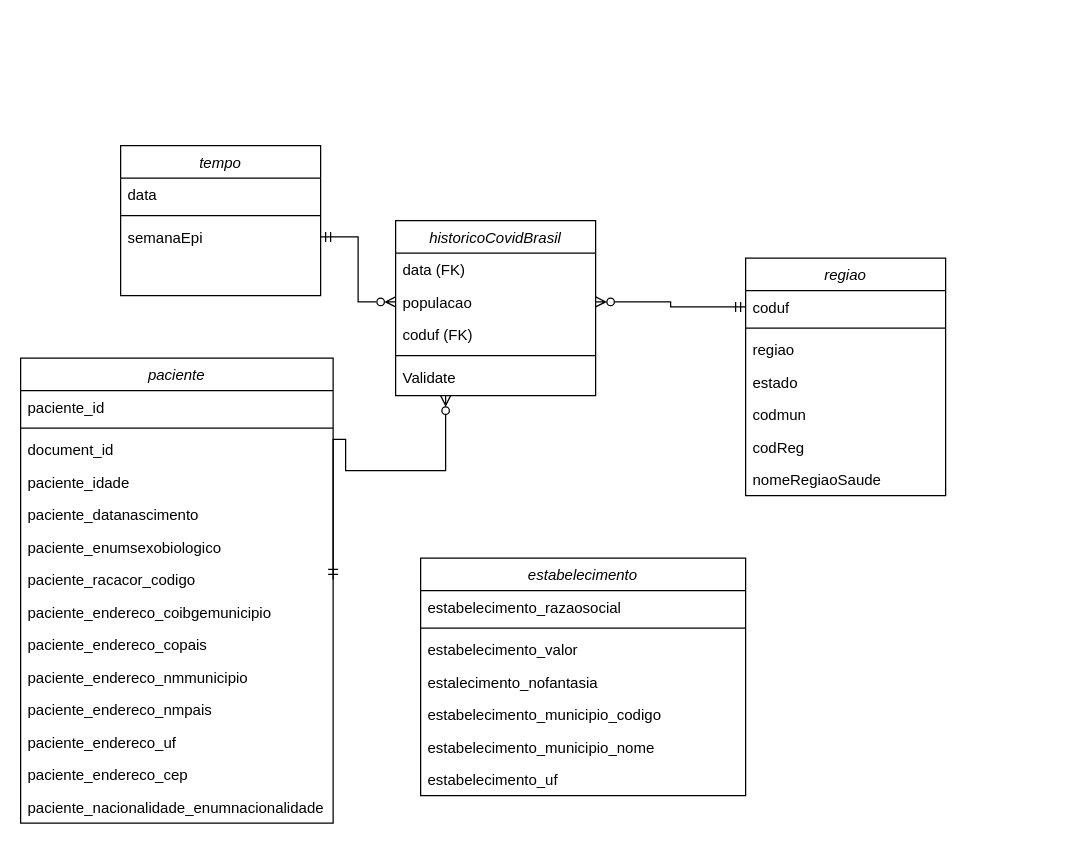
Earlier version of the draw.io diagram starSchema.drawio (troclaux/dw-trabalho-final-grupo). Source tidied: cells renumbered, new cells numbered last; positions are measured from the earlier drawing's top-left corner, leaving out a move shared by most shapes. Both pictures are drawn from the tidied source at 125%, with x=0, y=0 at pixel (20, 145).
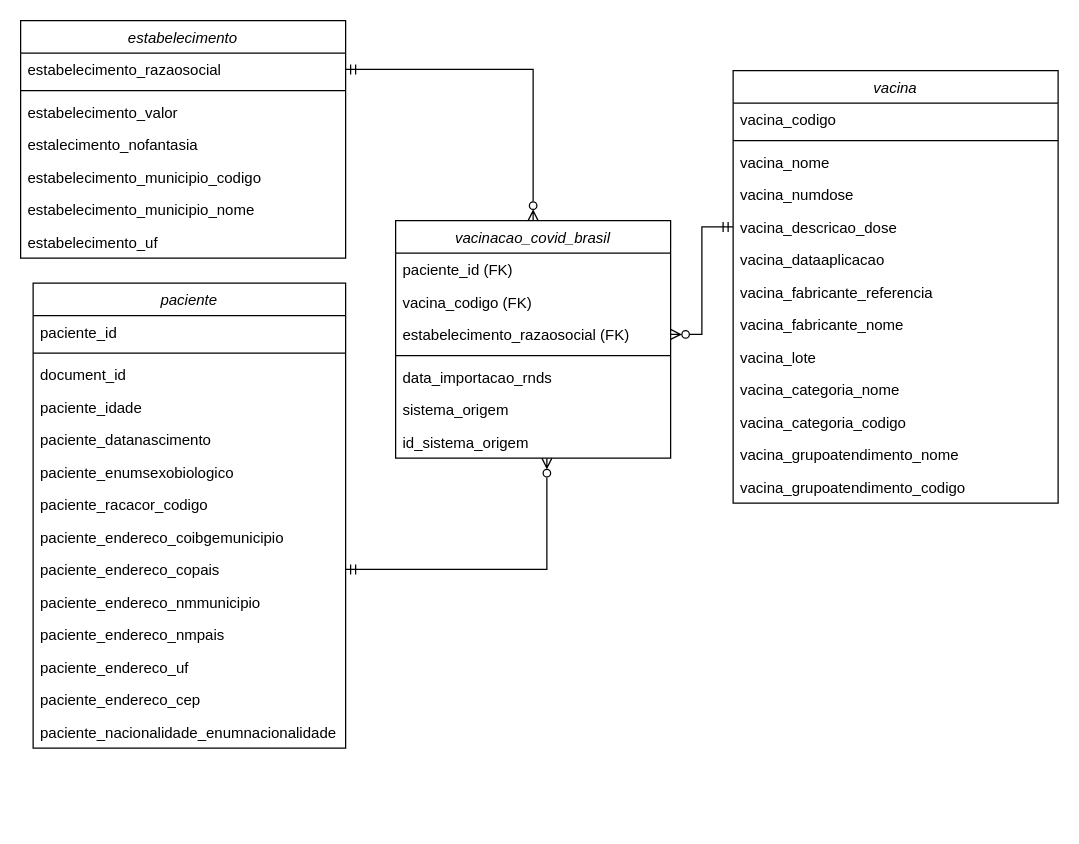
The same page after the edit.

Commit message:
adiciona tabela vacina e ajusta tabela estrela

The change refers to these unchanged cells:
```xml
<mxCell id="13" value="paciente_racacor_codigo" style="text;align=left;verticalAlign=top;spacingLeft=4;spacingRight=4;overflow=hidden;points=[[0,0.5],[1,0.5]];portConstraint=eastwest;" parent="6" vertex="1">
  <mxGeometry y="164" width="250" height="26" as="geometry" />
</mxCell>
<mxCell id="15" value="paciente_endereco_copais" style="text;align=left;verticalAlign=top;spacingLeft=4;spacingRight=4;overflow=hidden;points=[[0,0.5],[1,0.5]];portConstraint=eastwest;" parent="6" vertex="1">
  <mxGeometry y="216" width="250" height="26" as="geometry" />
</mxCell>
<mxCell id="39" value="estabelecimento_razaosocial" style="text;align=left;verticalAlign=top;spacingLeft=4;spacingRight=4;overflow=hidden;points=[[0,0.5],[1,0.5]];portConstraint=eastwest;" parent="38" vertex="1">
  <mxGeometry y="26" width="260" height="26" as="geometry" />
</mxCell>
```

Change to the diagram source:
```diff
@@
-    <mxCell id="2" value="tempo" style="swimlane;fontStyle=2;align=center;verticalAlign=top;horizontal=1;startSize=26;rounded=0;shadow=0;strokeWidth=1;" parent="1" vertex="1">
-      <mxGeometry x="80" width="160" height="120" as="geometry" />
-    </mxCell>
-    <mxCell id="3" value="data" style="text;align=left;verticalAlign=top;spacingLeft=4;spacingRight=4;overflow=hidden;" parent="2" vertex="1">
-      <mxGeometry y="26" width="160" height="26" as="geometry" />
-    </mxCell>
-    <mxCell id="4" style="line;html=1;strokeWidth=1;align=left;verticalAlign=middle;spacingTop=-1;spacingLeft=3;spacingRight=3;labelPosition=right;" parent="2" vertex="1">
-      <mxGeometry y="52" width="160" height="8" as="geometry" />
-    </mxCell>
-    <mxCell id="5" value="semanaEpi" style="text;align=left;verticalAlign=top;spacingLeft=4;spacingRight=4;overflow=hidden;points=[[0,0.5],[1,0.5]];portConstraint=eastwest;rounded=0;shadow=0;html=0;" parent="2" vertex="1">
-      <mxGeometry y="60" width="160" height="26" as="geometry" />
-    </mxCell>
     <mxCell id="6" value="paciente" style="swimlane;fontStyle=2;align=center;verticalAlign=top;horizontal=1;startSize=26;rounded=0;shadow=0;strokeWidth=1;" parent="1" vertex="1">
-      <mxGeometry y="170" width="250" height="372" as="geometry" />
+      <mxGeometry x="10" y="110" width="250" height="372" as="geometry" />
     </mxCell>
@@
-    <mxCell id="21" value="regiao" style="swimlane;fontStyle=2;align=center;verticalAlign=top;horizontal=1;startSize=26;rounded=0;shadow=0;strokeWidth=1;" parent="1" vertex="1">
-      <mxGeometry x="580" y="90" width="160" height="190" as="geometry" />
-    </mxCell>
-    <mxCell id="22" value="coduf" style="text;align=left;verticalAlign=top;spacingLeft=4;spacingRight=4;overflow=hidden;points=[[0,0.5],[1,0.5]];portConstraint=eastwest;" parent="21" vertex="1">
-      <mxGeometry y="26" width="160" height="26" as="geometry" />
-    </mxCell>
-    <mxCell id="23" style="line;html=1;strokeWidth=1;align=left;verticalAlign=middle;spacingTop=-1;spacingLeft=3;spacingRight=3;labelPosition=right;" parent="21" vertex="1">
-      <mxGeometry y="52" width="160" height="8" as="geometry" />
-    </mxCell>
-    <mxCell id="24" value="regiao" style="text;align=left;verticalAlign=top;spacingLeft=4;spacingRight=4;overflow=hidden;" parent="21" vertex="1">
-      <mxGeometry y="60" width="160" height="26" as="geometry" />
-    </mxCell>
-    <mxCell id="25" value="estado" style="text;align=left;verticalAlign=top;spacingLeft=4;spacingRight=4;overflow=hidden;" parent="21" vertex="1">
-      <mxGeometry y="86" width="160" height="26" as="geometry" />
-    </mxCell>
-    <mxCell id="26" value="codmun" style="text;align=left;verticalAlign=top;spacingLeft=4;spacingRight=4;overflow=hidden;" parent="21" vertex="1">
-      <mxGeometry y="112" width="160" height="26" as="geometry" />
-    </mxCell>
-    <mxCell id="27" value="codReg" style="text;align=left;verticalAlign=top;spacingLeft=4;spacingRight=4;overflow=hidden;" parent="21" vertex="1">
-      <mxGeometry y="138" width="160" height="26" as="geometry" />
-    </mxCell>
-    <mxCell id="28" value="nomeRegiaoSaude" style="text;align=left;verticalAlign=top;spacingLeft=4;spacingRight=4;overflow=hidden;" parent="21" vertex="1">
-      <mxGeometry y="164" width="160" height="26" as="geometry" />
-    </mxCell>
-    <mxCell id="29" value="historicoCovidBrasil" style="swimlane;fontStyle=2;align=center;verticalAlign=top;horizontal=1;startSize=26;rounded=0;shadow=0;strokeWidth=1;" parent="1" vertex="1">
-      <mxGeometry x="300" y="60" width="160" height="140" as="geometry" />
+    <mxCell id="29" value="vacinacao_covid_brasil" style="swimlane;fontStyle=2;align=center;verticalAlign=top;horizontal=1;startSize=26;rounded=0;shadow=0;strokeWidth=1;" parent="1" vertex="1">
+      <mxGeometry x="300" y="60" width="220" height="190" as="geometry" />
     </mxCell>
-    <mxCell id="30" value="data (FK)" style="text;align=left;verticalAlign=top;spacingLeft=4;spacingRight=4;overflow=hidden;" parent="29" vertex="1">
-      <mxGeometry y="26" width="160" height="26" as="geometry" />
+    <mxCell id="30" value="paciente_id (FK)" style="text;align=left;verticalAlign=top;spacingLeft=4;spacingRight=4;overflow=hidden;" parent="29" vertex="1">
+      <mxGeometry y="26" width="220" height="26" as="geometry" />
     </mxCell>
-    <mxCell id="31" value="populacao" style="text;align=left;verticalAlign=top;spacingLeft=4;spacingRight=4;overflow=hidden;points=[[0,0.5],[1,0.5]];portConstraint=eastwest;rounded=0;shadow=0;html=0;" parent="29" vertex="1">
-      <mxGeometry y="52" width="160" height="26" as="geometry" />
+    <mxCell id="31" value="vacina_codigo (FK)" style="text;align=left;verticalAlign=top;spacingLeft=4;spacingRight=4;overflow=hidden;points=[[0,0.5],[1,0.5]];portConstraint=eastwest;rounded=0;shadow=0;html=0;" parent="29" vertex="1">
+      <mxGeometry y="52" width="220" height="26" as="geometry" />
     </mxCell>
-    <mxCell id="32" value="coduf (FK)" style="text;align=left;verticalAlign=top;spacingLeft=4;spacingRight=4;overflow=hidden;points=[[0,0.5],[1,0.5]];portConstraint=eastwest;rounded=0;shadow=0;html=0;" parent="29" vertex="1">
-      <mxGeometry y="78" width="160" height="26" as="geometry" />
+    <mxCell id="32" value="estabelecimento_razaosocial (FK)" style="text;align=left;verticalAlign=top;spacingLeft=4;spacingRight=4;overflow=hidden;points=[[0,0.5],[1,0.5]];portConstraint=eastwest;rounded=0;shadow=0;html=0;" parent="29" vertex="1">
+      <mxGeometry y="78" width="220" height="26" as="geometry" />
     </mxCell>
     <mxCell id="33" style="line;html=1;strokeWidth=1;align=left;verticalAlign=middle;spacingTop=-1;spacingLeft=3;spacingRight=3;labelPosition=right;" parent="29" vertex="1">
-      <mxGeometry y="104" width="160" height="8" as="geometry" />
+      <mxGeometry y="104" width="220" height="8" as="geometry" />
     </mxCell>
-    <mxCell id="34" value="Validate" style="text;align=left;verticalAlign=top;spacingLeft=4;spacingRight=4;overflow=hidden;" parent="29" vertex="1">
-      <mxGeometry y="112" width="160" height="26" as="geometry" />
+    <mxCell id="34" value="data_importacao_rnds" style="text;align=left;verticalAlign=top;spacingLeft=4;spacingRight=4;overflow=hidden;" parent="29" vertex="1">
+      <mxGeometry y="112" width="220" height="26" as="geometry" />
     </mxCell>
-    <mxCell id="35" style="edgeStyle=orthogonalEdgeStyle;rounded=0;jettySize=auto;html=1;exitX=1;exitY=0.5;exitDx=0;exitDy=0;entryX=0;entryY=0.5;entryDx=0;entryDy=0;endArrow=ERzeroToMany;endFill=0;startArrow=ERmandOne;startFill=0;" parent="1" edge="1" source="5" target="31">
-      <mxGeometry relative="1" as="geometry" />
-    </mxCell>
-    <mxCell id="36" style="edgeStyle=orthogonalEdgeStyle;rounded=0;jettySize=auto;html=1;exitX=1;exitY=0.5;exitDx=0;exitDy=0;entryX=0.25;entryY=1;entryDx=0;entryDy=0;startArrow=ERmandOne;startFill=0;endArrow=ERzeroToMany;endFill=0;" parent="1" edge="1" source="13" target="29">
-      <mxGeometry relative="1" as="geometry">
-        <Array as="points">
-          <mxPoint x="260" y="235" />
-          <mxPoint x="260" y="260" />
-          <mxPoint x="340" y="260" />
-        </Array>
-      </mxGeometry>
-    </mxCell>
-    <mxCell id="37" style="edgeStyle=orthogonalEdgeStyle;rounded=0;jettySize=auto;html=1;exitX=0;exitY=0.5;exitDx=0;exitDy=0;startArrow=ERmandOne;startFill=0;endArrow=ERzeroToMany;endFill=0;" parent="1" edge="1" source="22" target="31">
-      <mxGeometry relative="1" as="geometry" />
-    </mxCell>
+    <mxCell id="46" value="sistema_origem" style="text;align=left;verticalAlign=top;spacingLeft=4;spacingRight=4;overflow=hidden;" parent="29" vertex="1">
+      <mxGeometry y="138" width="220" height="26" as="geometry" />
+    </mxCell>
+    <mxCell id="47" value="id_sistema_origem" style="text;align=left;verticalAlign=top;spacingLeft=4;spacingRight=4;overflow=hidden;points=[[0,0.5],[1,0.5]];portConstraint=eastwest;" parent="29" vertex="1">
+      <mxGeometry y="164" width="220" height="26" as="geometry" />
+    </mxCell>
     <mxCell id="38" value="estabelecimento" style="swimlane;fontStyle=2;align=center;verticalAlign=top;horizontal=1;startSize=26;rounded=0;shadow=0;strokeWidth=1;" parent="1" vertex="1">
-      <mxGeometry x="320" y="330" width="260" height="190" as="geometry" />
+      <mxGeometry y="-100" width="260" height="190" as="geometry" />
     </mxCell>
@@
+    <mxCell id="48" value="vacina" style="swimlane;fontStyle=2;align=center;verticalAlign=top;horizontal=1;startSize=26;rounded=0;shadow=0;strokeWidth=1;" parent="1" vertex="1">
+      <mxGeometry x="570" y="-60" width="260" height="346" as="geometry" />
+    </mxCell>
+    <mxCell id="49" value="vacina_codigo" style="text;align=left;verticalAlign=top;spacingLeft=4;spacingRight=4;overflow=hidden;" parent="48" vertex="1">
+      <mxGeometry y="26" width="260" height="26" as="geometry" />
+    </mxCell>
+    <mxCell id="50" style="line;html=1;strokeWidth=1;align=left;verticalAlign=middle;spacingTop=-1;spacingLeft=3;spacingRight=3;labelPosition=right;" parent="48" vertex="1">
+      <mxGeometry y="52" width="260" height="8" as="geometry" />
+    </mxCell>
+    <mxCell id="51" value="vacina_nome" style="text;align=left;verticalAlign=top;spacingLeft=4;spacingRight=4;overflow=hidden;" parent="48" vertex="1">
+      <mxGeometry y="60" width="260" height="26" as="geometry" />
+    </mxCell>
+    <mxCell id="52" value="vacina_numdose" style="text;align=left;verticalAlign=top;spacingLeft=4;spacingRight=4;overflow=hidden;" parent="48" vertex="1">
+      <mxGeometry y="86" width="260" height="26" as="geometry" />
+    </mxCell>
+    <mxCell id="53" value="vacina_descricao_dose" style="text;align=left;verticalAlign=top;spacingLeft=4;spacingRight=4;overflow=hidden;points=[[0,0.5],[1,0.5]];portConstraint=eastwest;" parent="48" vertex="1">
+      <mxGeometry y="112" width="260" height="26" as="geometry" />
+    </mxCell>
+    <mxCell id="54" value="vacina_dataaplicacao" style="text;align=left;verticalAlign=top;spacingLeft=4;spacingRight=4;overflow=hidden;" parent="48" vertex="1">
+      <mxGeometry y="138" width="260" height="26" as="geometry" />
+    </mxCell>
+    <mxCell id="55" value="vacina_fabricante_referencia" style="text;align=left;verticalAlign=top;spacingLeft=4;spacingRight=4;overflow=hidden;" parent="48" vertex="1">
+      <mxGeometry y="164" width="260" height="26" as="geometry" />
+    </mxCell>
+    <mxCell id="56" value="vacina_fabricante_nome" style="text;align=left;verticalAlign=top;spacingLeft=4;spacingRight=4;overflow=hidden;" parent="48" vertex="1">
+      <mxGeometry y="190" width="260" height="26" as="geometry" />
+    </mxCell>
+    <mxCell id="57" value="vacina_lote" style="text;align=left;verticalAlign=top;spacingLeft=4;spacingRight=4;overflow=hidden;" parent="48" vertex="1">
+      <mxGeometry y="216" width="260" height="26" as="geometry" />
+    </mxCell>
+    <mxCell id="58" value="vacina_categoria_nome" style="text;align=left;verticalAlign=top;spacingLeft=4;spacingRight=4;overflow=hidden;" parent="48" vertex="1">
+      <mxGeometry y="242" width="260" height="26" as="geometry" />
+    </mxCell>
+    <mxCell id="59" value="vacina_categoria_codigo" style="text;align=left;verticalAlign=top;spacingLeft=4;spacingRight=4;overflow=hidden;" parent="48" vertex="1">
+      <mxGeometry y="268" width="260" height="26" as="geometry" />
+    </mxCell>
+    <mxCell id="60" value="vacina_grupoatendimento_nome" style="text;align=left;verticalAlign=top;spacingLeft=4;spacingRight=4;overflow=hidden;" parent="48" vertex="1">
+      <mxGeometry y="294" width="260" height="26" as="geometry" />
+    </mxCell>
+    <mxCell id="61" value="vacina_grupoatendimento_codigo" style="text;align=left;verticalAlign=top;spacingLeft=4;spacingRight=4;overflow=hidden;" parent="48" vertex="1">
+      <mxGeometry y="320" width="260" height="26" as="geometry" />
+    </mxCell>
+    <mxCell id="62" style="edgeStyle=orthogonalEdgeStyle;rounded=0;jettySize=auto;html=1;exitX=1;exitY=0.5;exitDx=0;exitDy=0;entryX=0.5;entryY=0;entryDx=0;entryDy=0;startArrow=ERmandOne;startFill=0;endArrow=ERzeroToMany;endFill=0;" parent="1" edge="1" source="39" target="29">
+      <mxGeometry relative="1" as="geometry" />
+    </mxCell>
+    <mxCell id="63" style="edgeStyle=orthogonalEdgeStyle;rounded=0;jettySize=auto;html=1;exitX=1;exitY=0.5;exitDx=0;exitDy=0;entryX=0.55;entryY=1;entryDx=0;entryDy=0;entryPerimeter=0;startArrow=ERmandOne;startFill=0;endArrow=ERzeroToMany;endFill=0;" parent="1" edge="1" source="15" target="47">
+      <mxGeometry relative="1" as="geometry" />
+    </mxCell>
+    <mxCell id="64" style="edgeStyle=orthogonalEdgeStyle;rounded=0;jettySize=auto;html=1;exitX=0;exitY=0.5;exitDx=0;exitDy=0;entryX=1;entryY=0.5;entryDx=0;entryDy=0;startArrow=ERmandOne;startFill=0;endArrow=ERzeroToMany;endFill=0;" parent="1" edge="1" source="53" target="32">
+      <mxGeometry relative="1" as="geometry" />
+    </mxCell>
```
